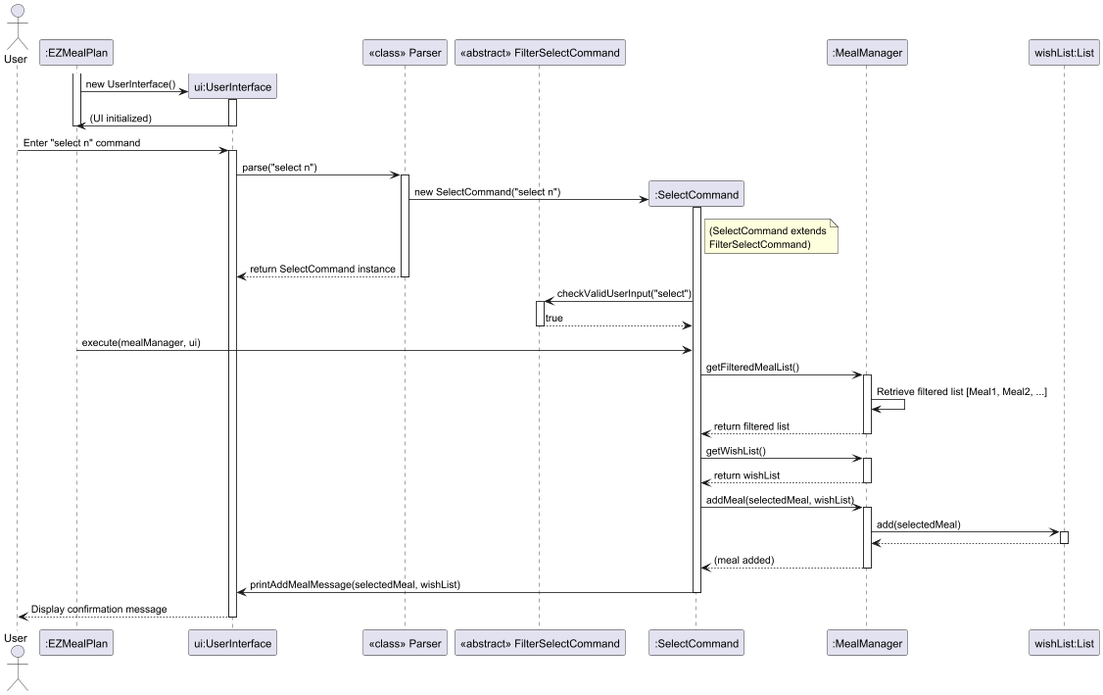
Above: docs/diagrams/SelectCommand.png in wentuoc/tp (PlantUML), before the change. Its diagram source:
```plantuml
@startuml
actor User
participant ":EZMealPlan" as EZ
participant "ui:UserInterface" as UI
participant "<<class>> Parser" as Parser
participant "<<abstract>> FilterSelectCommand" as FSC
participant ":SelectCommand" as SC
participant ":MealManager" as MM
participant "wishList:List" as WL

activate EZ
create UI
EZ -> UI: new UserInterface()
activate UI
UI -> EZ: (UI initialized)
deactivate UI
deactivate EZ

User -> UI: Enter "select n" command
activate UI

UI -> Parser: parse("select n")
activate Parser
create SC
Parser -> SC: new SelectCommand("select n")
activate SC
note right of SC: (SelectCommand extends\nFilterSelectCommand)
Parser --> UI: return SelectCommand instance
deactivate Parser

SC -> FSC: checkValidUserInput("select")
activate FSC
FSC --> SC: true
deactivate FSC

EZ -> SC: execute(mealManager, ui)

SC -> MM: getFilteredMealList()
activate MM
MM -> MM: Retrieve filtered list [Meal1, Meal2, ...]
MM --> SC: return filtered list
deactivate MM

SC -> MM: getWishList()
activate MM
MM --> SC: return wishList
deactivate MM

SC -> MM: addMeal(selectedMeal, wishList)
activate MM

MM -> WL: add(selectedMeal)
activate WL
WL --> MM
deactivate WL

MM --> SC: (meal added)
deactivate MM

SC -> UI: printAddMealMessage(selectedMeal, wishList)
deactivate SC

UI --> User: Display confirmation message
deactivate UI
@enduml
```
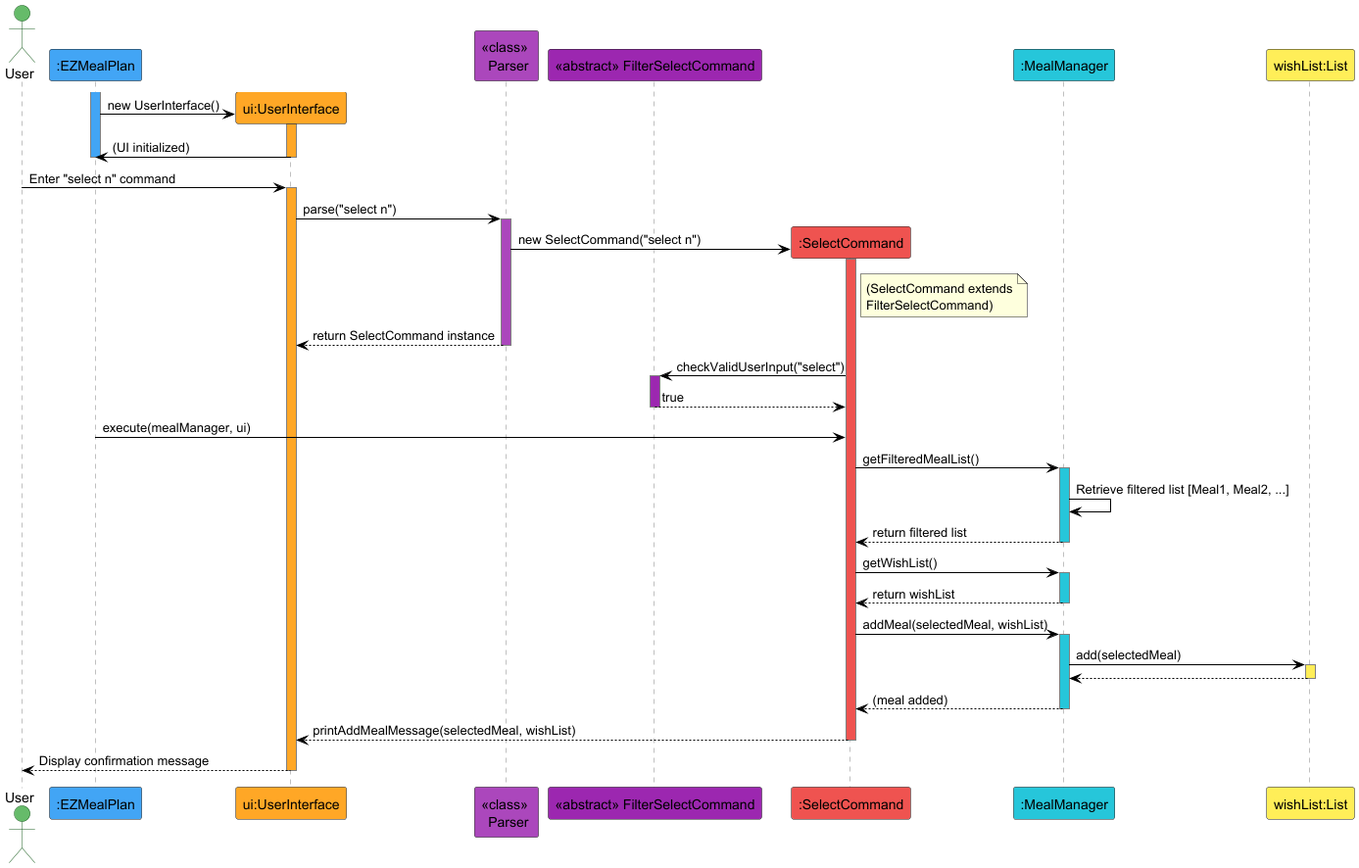
Above is the later version.

The edit, as a diff of the source:
```diff
@@ -1,63 +1,69 @@
 @startuml
+skinparam actorBackgroundColor #66BB6A
+skinparam actorBorderColor #1B5E20
+
 actor User
-participant ":EZMealPlan" as EZ
-participant "ui:UserInterface" as UI
-participant "<<class>> Parser" as Parser
-participant "<<abstract>> FilterSelectCommand" as FSC
-participant ":SelectCommand" as SC
-participant ":MealManager" as MM
-participant "wishList:List" as WL
+participant ":EZMealPlan" as EZ #42A5F5
+participant "ui:UserInterface" as UI #FFA726
+participant "<<class>> \n Parser" as Parser #AB47BC
+participant "<<abstract>> FilterSelectCommand" as FSC #9C27B0
+participant ":SelectCommand" as SC #EF5350
+participant ":MealManager" as MM #26C6DA
+participant "wishList:List" as WL #FFEE58
 
-activate EZ
+skinparam sequenceLifeLineBorderColor gray
+skinparam sequenceArrowColor black
+
+activate EZ #42A5F5
 create UI
 EZ -> UI: new UserInterface()
-activate UI
+activate UI #FFA726
 UI -> EZ: (UI initialized)
 deactivate UI
 deactivate EZ
 
 User -> UI: Enter "select n" command
-activate UI
+activate UI #FFA726
 
 UI -> Parser: parse("select n")
-activate Parser
+activate Parser #AB47BC
 create SC
 Parser -> SC: new SelectCommand("select n")
-activate SC
+activate SC #EF5350
 note right of SC: (SelectCommand extends\nFilterSelectCommand)
 Parser --> UI: return SelectCommand instance
 deactivate Parser
 
 SC -> FSC: checkValidUserInput("select")
-activate FSC
+activate FSC #9C27B0
 FSC --> SC: true
 deactivate FSC
 
 EZ -> SC: execute(mealManager, ui)
 
 SC -> MM: getFilteredMealList()
-activate MM
+activate MM #26C6DA
 MM -> MM: Retrieve filtered list [Meal1, Meal2, ...]
 MM --> SC: return filtered list
 deactivate MM
 
 SC -> MM: getWishList()
-activate MM
+activate MM #26C6DA
 MM --> SC: return wishList
 deactivate MM
 
 SC -> MM: addMeal(selectedMeal, wishList)
-activate MM
+activate MM #26C6DA
 
 MM -> WL: add(selectedMeal)
-activate WL
+activate WL #FFEE58
 WL --> MM
 deactivate WL
 
 MM --> SC: (meal added)
 deactivate MM
 
-SC -> UI: printAddMealMessage(selectedMeal, wishList)
+SC --> UI: printAddMealMessage(selectedMeal, wishList)
 deactivate SC
 
 UI --> User: Display confirmation message
```
